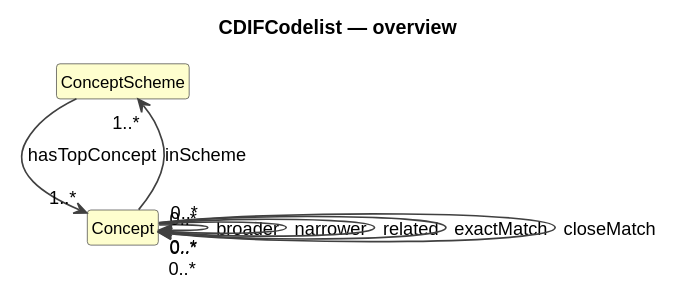
The PlantUML diagram build/plantuml/cdifCodelist/index.svg in Cross-Domain-Interoperability-Framework/metadataBuildingBlocks, before a commit.
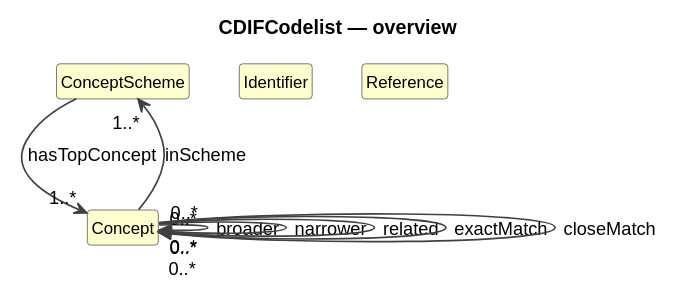
The same diagram one commit later.

Change to the diagram source:
```diff
@@ -12,6 +12,8 @@
 
 class "ConceptScheme" as ConceptScheme #FEFECE
 class "Concept" as Concept #FEFECE
+class "Identifier" as Identifier #FEFECE
+class "Reference" as Reference #FEFECE
 ConceptScheme --> "1..*" Concept : hasTopConcept
 Concept --> "1..*" ConceptScheme : inScheme
 Concept --> "0..*" Concept : broader
```
